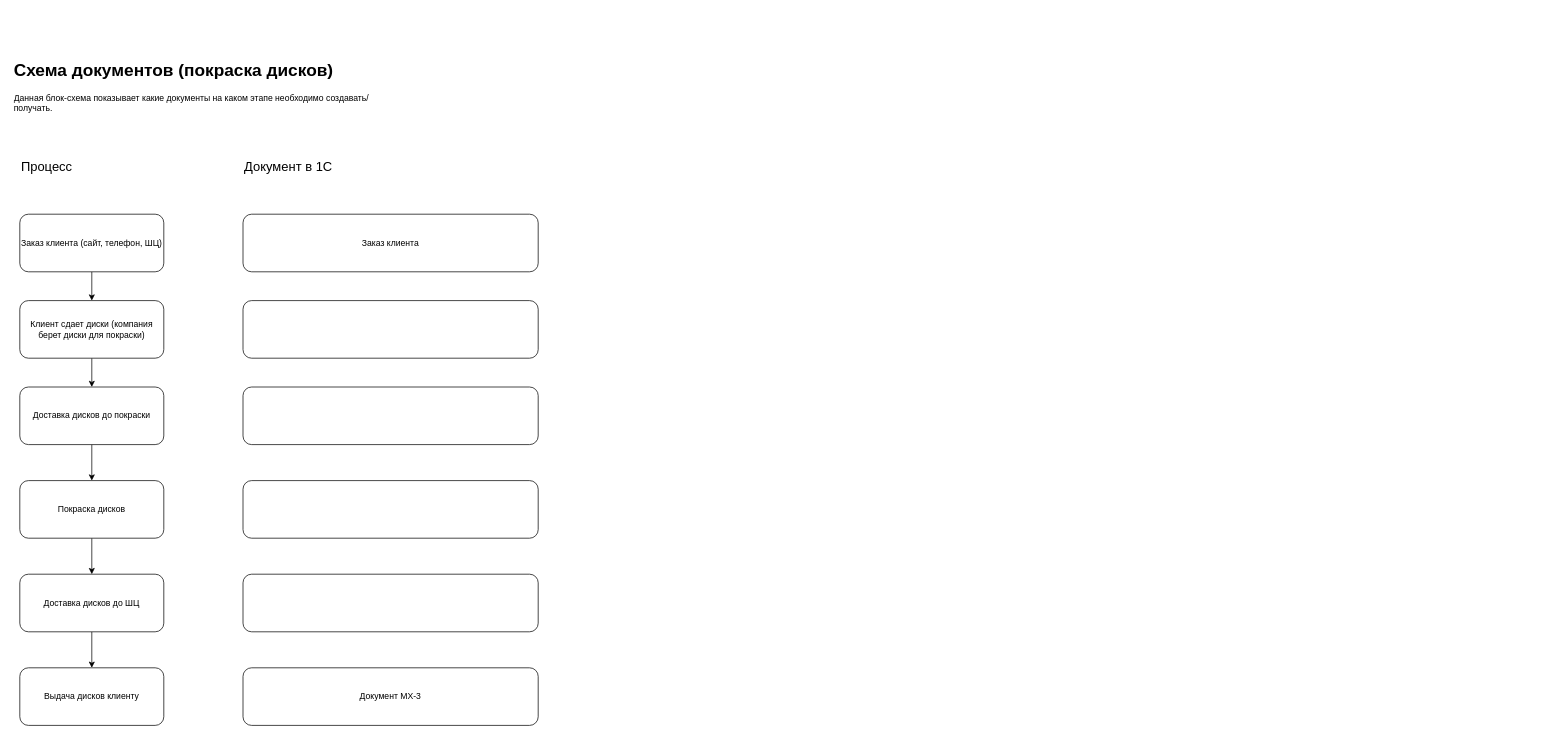
iLimberg/BlackTyres keeps this draw.io diagram as Untitled Diagram.drawio. Above is the earlier version. Source tidied: cells renumbered, new cells numbered last; positions are measured from the earlier drawing's top-left corner, leaving out a move shared by most shapes. Both pictures are drawn from the tidied source at 72%, with x=0, y=0 at pixel (12, 55).
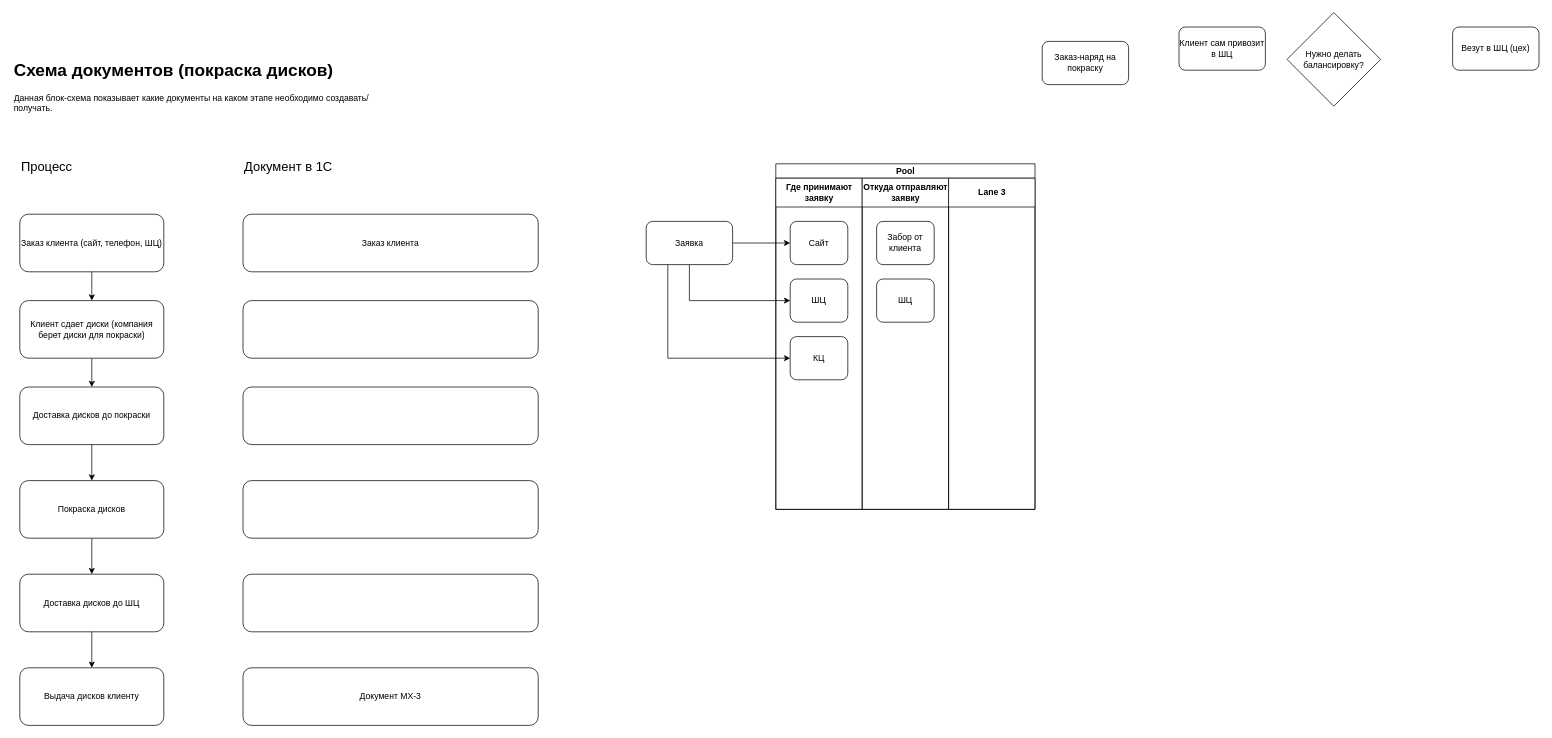
After the change.

The edit, as a diff of the source:
```diff
@@
+    <mxCell id="22" style="edgeStyle=orthogonalEdgeStyle;rounded=0;jettySize=auto;html=1;" parent="1" edge="1" source="25" target="31">
+      <mxGeometry relative="1" as="geometry" />
+    </mxCell>
+    <mxCell id="23" style="edgeStyle=orthogonalEdgeStyle;rounded=0;jettySize=auto;html=1;exitX=0.5;exitY=1;exitDx=0;exitDy=0;entryX=0;entryY=0.5;entryDx=0;entryDy=0;" parent="1" edge="1" source="25" target="32">
+      <mxGeometry relative="1" as="geometry" />
+    </mxCell>
+    <mxCell id="24" style="edgeStyle=orthogonalEdgeStyle;rounded=0;jettySize=auto;html=1;exitX=0.25;exitY=1;exitDx=0;exitDy=0;entryX=0;entryY=0.5;entryDx=0;entryDy=0;" parent="1" edge="1" source="25" target="33">
+      <mxGeometry relative="1" as="geometry" />
+    </mxCell>
+    <mxCell id="25" value="Заявка" style="rounded=1;whiteSpace=wrap;html=1;" parent="1" vertex="1">
+      <mxGeometry x="880" y="230" width="120" height="60" as="geometry" />
+    </mxCell>
+    <mxCell id="26" value="Везут в ШЦ (цех)" style="rounded=1;whiteSpace=wrap;html=1;" parent="1" vertex="1">
+      <mxGeometry x="2000" y="-40" width="120" height="60" as="geometry" />
+    </mxCell>
+    <mxCell id="27" value="Нужно делать балансировку?" style="rhombus;whiteSpace=wrap;html=1;" parent="1" vertex="1">
+      <mxGeometry x="1770" y="-60" width="130" height="130" as="geometry" />
+    </mxCell>
+    <mxCell id="28" value="Клиент сам привозит в ШЦ" style="rounded=1;whiteSpace=wrap;html=1;" parent="1" vertex="1">
+      <mxGeometry x="1620" y="-40" width="120" height="60" as="geometry" />
+    </mxCell>
+    <mxCell id="29" value="Pool" style="swimlane;startSize=20;html=1;" parent="1" vertex="1">
+      <mxGeometry x="1060" y="150" width="360" height="480" as="geometry" />
+    </mxCell>
+    <mxCell id="30" value="Где принимают&lt;div&gt;заявку&lt;/div&gt;" style="swimlane;startSize=40;html=1;" parent="29" vertex="1">
+      <mxGeometry y="20" width="120" height="460" as="geometry" />
+    </mxCell>
+    <mxCell id="31" value="Сайт" style="rounded=1;whiteSpace=wrap;html=1;" parent="30" vertex="1">
+      <mxGeometry x="20" y="60" width="80" height="60" as="geometry" />
+    </mxCell>
+    <mxCell id="32" value="ШЦ" style="rounded=1;whiteSpace=wrap;html=1;" parent="30" vertex="1">
+      <mxGeometry x="20" y="140" width="80" height="60" as="geometry" />
+    </mxCell>
+    <mxCell id="33" value="КЦ" style="rounded=1;whiteSpace=wrap;html=1;" parent="30" vertex="1">
+      <mxGeometry x="20" y="220" width="80" height="60" as="geometry" />
+    </mxCell>
+    <mxCell id="34" value="Откуда отправляют&lt;div&gt;заявку&lt;/div&gt;" style="swimlane;startSize=40;html=1;" parent="29" vertex="1">
+      <mxGeometry x="120" y="20" width="120" height="460" as="geometry" />
+    </mxCell>
+    <mxCell id="35" value="Забор от клиента" style="rounded=1;whiteSpace=wrap;html=1;" parent="34" vertex="1">
+      <mxGeometry x="20" y="60" width="80" height="60" as="geometry" />
+    </mxCell>
+    <mxCell id="36" value="ШЦ" style="rounded=1;whiteSpace=wrap;html=1;" parent="34" vertex="1">
+      <mxGeometry x="20" y="140" width="80" height="60" as="geometry" />
+    </mxCell>
+    <mxCell id="37" value="Lane 3" style="swimlane;startSize=40;html=1;" parent="29" vertex="1">
+      <mxGeometry x="240" y="20" width="120" height="460" as="geometry" />
+    </mxCell>
+    <mxCell id="38" value="Заказ-наряд на покраску" style="rounded=1;whiteSpace=wrap;html=1;" parent="1" vertex="1">
+      <mxGeometry x="1430" y="-20" width="120" height="60" as="geometry" />
+    </mxCell>
```
